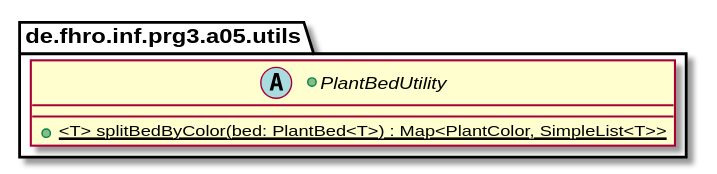
Above: assets/class-spec-3.svg in studlinnth6233/05-generic-bounds (PlantUML), before the change.
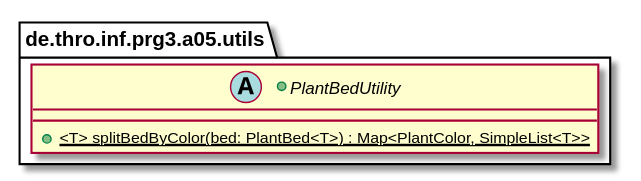
Later version of the same file.

Diff of the diagram source:
```diff
@@ -1,5 +1,5 @@
 @startuml
-package de.fhro.inf.prg3.a05.utils {
+package de.thro.inf.prg3.a05.utils {
     +abstract class PlantBedUtility{
         +{static} <T> splitBedByColor(bed: PlantBed<T>) : Map<PlantColor, SimpleList<T>>
     }
```
